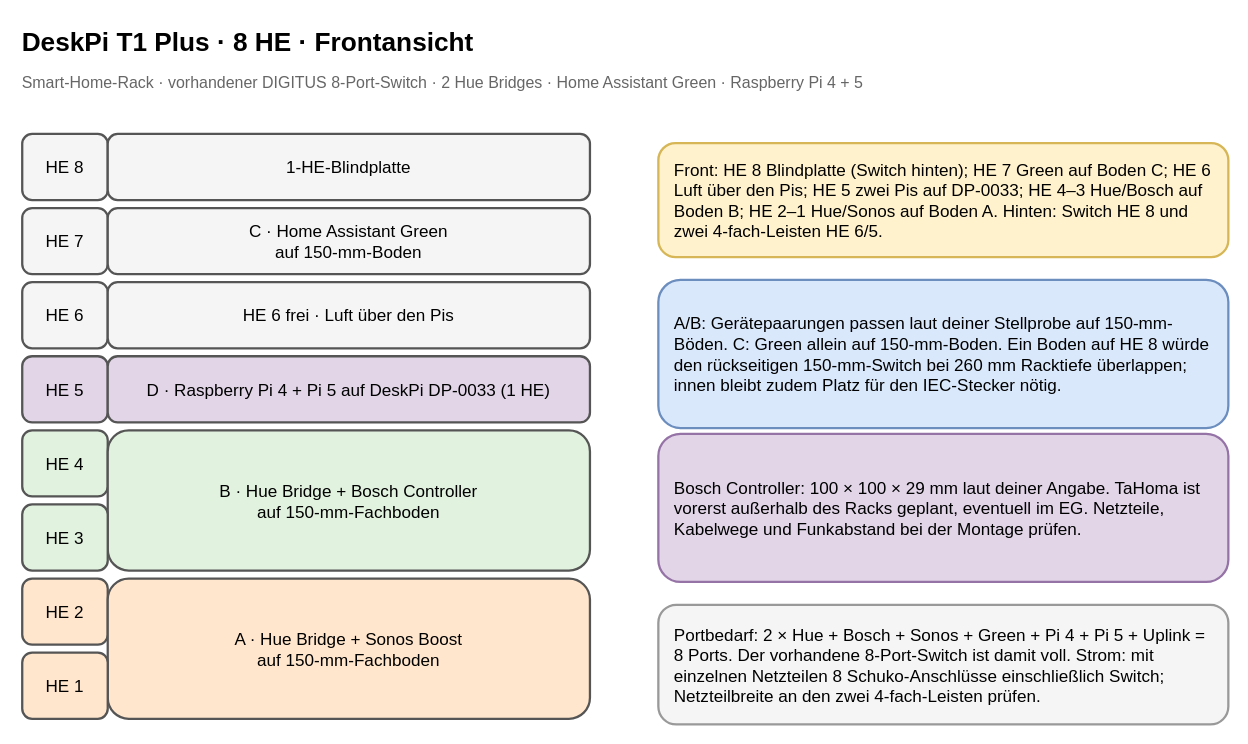
tiptronic/diagrams keeps this draw.io diagram as page "DeskPi 8 HE – Front" (1 of 4) of 10-zoll-rack-planung.drawio. Above is the earlier version. Source tidied: cells renumbered, new cells numbered last; positions are measured from the earlier drawing's top-left corner, leaving out a move shared by most shapes. Both pictures are drawn from the tidied source at 114%, with x=0, y=0 at pixel (19, 19).
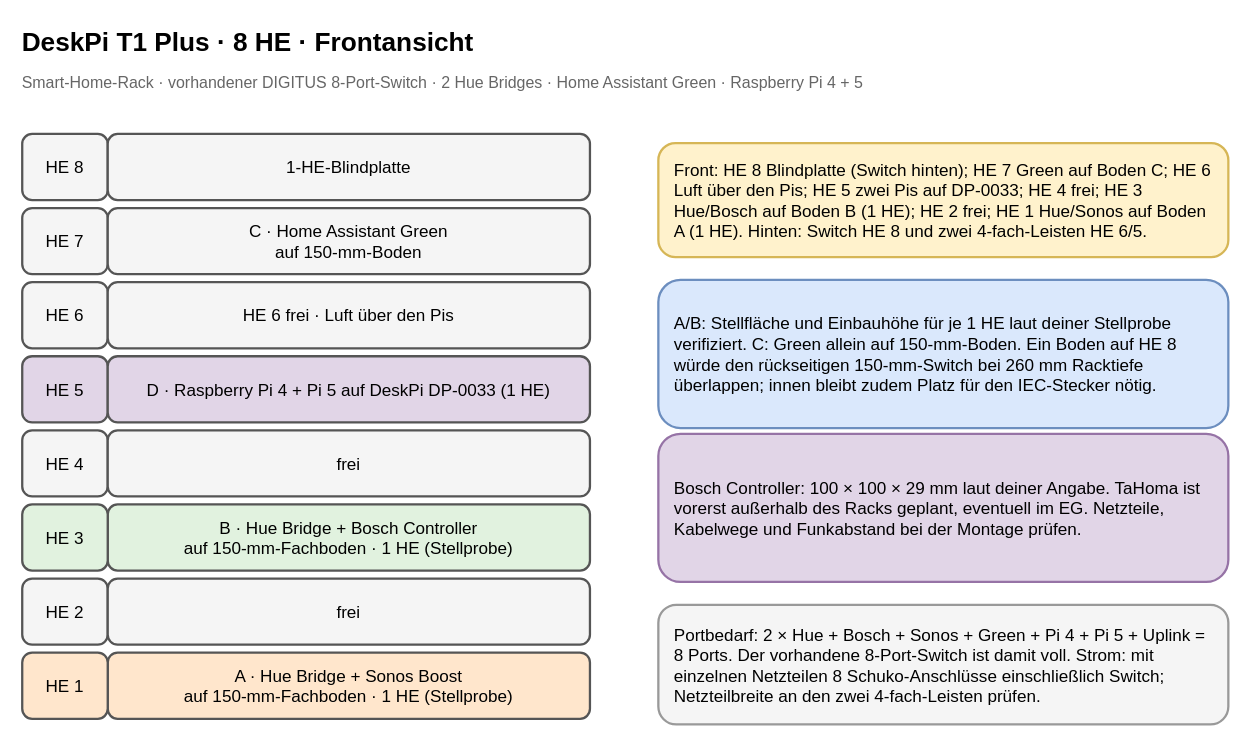
After the change.

The edit, as a diff of the source:
```diff
@@
-    <mxCell id="12" value="HE 4" style="rounded=1;whiteSpace=wrap;html=1;align=center;verticalAlign=middle;strokeWidth=2;fontSize=15;fillColor=#e1f2df;strokeColor=#555555;" parent="1" vertex="1">
+    <mxCell id="12" value="HE 4" style="rounded=1;whiteSpace=wrap;html=1;align=center;verticalAlign=middle;strokeWidth=2;fontSize=15;fillColor=#f5f5f5;strokeColor=#555555;" parent="1" vertex="1">
       <mxGeometry x="2" y="360" width="75" height="58" as="geometry" />
     </mxCell>
-    <mxCell id="13" value="B · Hue Bridge + Bosch Controller&#10;auf 150-mm-Fachboden" style="rounded=1;whiteSpace=wrap;html=1;align=center;verticalAlign=middle;strokeWidth=2;fontSize=15;fillColor=#e1f2df;strokeColor=#555555;" parent="1" vertex="1">
-      <mxGeometry x="77" y="360" width="423" height="123" as="geometry" />
+    <mxCell id="13" value="B · Hue Bridge + Bosch Controller&#10;auf 150-mm-Fachboden · 1 HE (Stellprobe)" style="rounded=1;whiteSpace=wrap;html=1;align=center;verticalAlign=middle;strokeWidth=2;fontSize=15;fillColor=#e1f2df;strokeColor=#555555;" parent="1" vertex="1">
+      <mxGeometry x="77" y="425" width="423" height="58" as="geometry" />
     </mxCell>
+    <mxCell id="22" value="frei" style="rounded=1;whiteSpace=wrap;html=1;align=center;verticalAlign=middle;strokeWidth=2;fontSize=15;fillColor=#f5f5f5;strokeColor=#555555;" parent="1" vertex="1">
+      <mxGeometry x="77" y="360" width="423" height="58" as="geometry" />
+    </mxCell>
@@
-    <mxCell id="15" value="HE 2" style="rounded=1;whiteSpace=wrap;html=1;align=center;verticalAlign=middle;strokeWidth=2;fontSize=15;fillColor=#ffe6cc;strokeColor=#555555;" parent="1" vertex="1">
+    <mxCell id="15" value="HE 2" style="rounded=1;whiteSpace=wrap;html=1;align=center;verticalAlign=middle;strokeWidth=2;fontSize=15;fillColor=#f5f5f5;strokeColor=#555555;" parent="1" vertex="1">
       <mxGeometry x="2" y="490" width="75" height="58" as="geometry" />
     </mxCell>
-    <mxCell id="16" value="A · Hue Bridge + Sonos Boost&#10;auf 150-mm-Fachboden" style="rounded=1;whiteSpace=wrap;html=1;align=center;verticalAlign=middle;strokeWidth=2;fontSize=15;fillColor=#ffe6cc;strokeColor=#555555;" parent="1" vertex="1">
-      <mxGeometry x="77" y="490" width="423" height="123" as="geometry" />
+    <mxCell id="16" value="A · Hue Bridge + Sonos Boost&#10;auf 150-mm-Fachboden · 1 HE (Stellprobe)" style="rounded=1;whiteSpace=wrap;html=1;align=center;verticalAlign=middle;strokeWidth=2;fontSize=15;fillColor=#ffe6cc;strokeColor=#555555;" parent="1" vertex="1">
+      <mxGeometry x="77" y="555" width="423" height="58" as="geometry" />
     </mxCell>
+    <mxCell id="23" value="frei" style="rounded=1;whiteSpace=wrap;html=1;align=center;verticalAlign=middle;strokeWidth=2;fontSize=15;fillColor=#f5f5f5;strokeColor=#555555;" parent="1" vertex="1">
+      <mxGeometry x="77" y="490" width="423" height="58" as="geometry" />
+    </mxCell>
@@
-    <mxCell id="18" value="Front: HE 8 Blindplatte (Switch hinten); HE 7 Green auf Boden C; HE 6 Luft über den Pis; HE 5 zwei Pis auf DP-0033; HE 4–3 Hue/Bosch auf Boden B; HE 2–1 Hue/Sonos auf Boden A. Hinten: Switch HE 8 und zwei 4-fach-Leisten HE 6/5." style="rounded=1;whiteSpace=wrap;html=1;align=center;verticalAlign=middle;strokeWidth=2;fontSize=15;align=left;spacing=14;fillColor=#fff2cc;strokeColor=#d6b656;" parent="1" vertex="1">
+    <mxCell id="18" value="Front: HE 8 Blindplatte (Switch hinten); HE 7 Green auf Boden C; HE 6 Luft über den Pis; HE 5 zwei Pis auf DP-0033; HE 4 frei; HE 3 Hue/Bosch auf Boden B (1 HE); HE 2 frei; HE 1 Hue/Sonos auf Boden A (1 HE). Hinten: Switch HE 8 und zwei 4-fach-Leisten HE 6/5." style="rounded=1;whiteSpace=wrap;html=1;align=center;verticalAlign=middle;strokeWidth=2;fontSize=15;align=left;spacing=14;fillColor=#fff2cc;strokeColor=#d6b656;" parent="1" vertex="1">
       <mxGeometry x="560" y="108" width="500" height="100" as="geometry" />
     </mxCell>
-    <mxCell id="19" value="A/B: Gerätepaarungen passen laut deiner Stellprobe auf 150-mm-Böden. C: Green allein auf 150-mm-Boden. Ein Boden auf HE 8 würde den rückseitigen 150-mm-Switch bei 260 mm Racktiefe überlappen; innen bleibt zudem Platz für den IEC-Stecker nötig." style="rounded=1;whiteSpace=wrap;html=1;align=center;verticalAlign=middle;strokeWidth=2;fontSize=15;align=left;spacing=14;fillColor=#dae8fc;strokeColor=#6c8ebf;" parent="1" vertex="1">
+    <mxCell id="19" value="A/B: Stellfläche und Einbauhöhe für je 1 HE laut deiner Stellprobe verifiziert. C: Green allein auf 150-mm-Boden. Ein Boden auf HE 8 würde den rückseitigen 150-mm-Switch bei 260 mm Racktiefe überlappen; innen bleibt zudem Platz für den IEC-Stecker nötig." style="rounded=1;whiteSpace=wrap;html=1;align=center;verticalAlign=middle;strokeWidth=2;fontSize=15;align=left;spacing=14;fillColor=#dae8fc;strokeColor=#6c8ebf;" parent="1" vertex="1">
       <mxGeometry x="560" y="228" width="500" height="130" as="geometry" />
     </mxCell>
```
